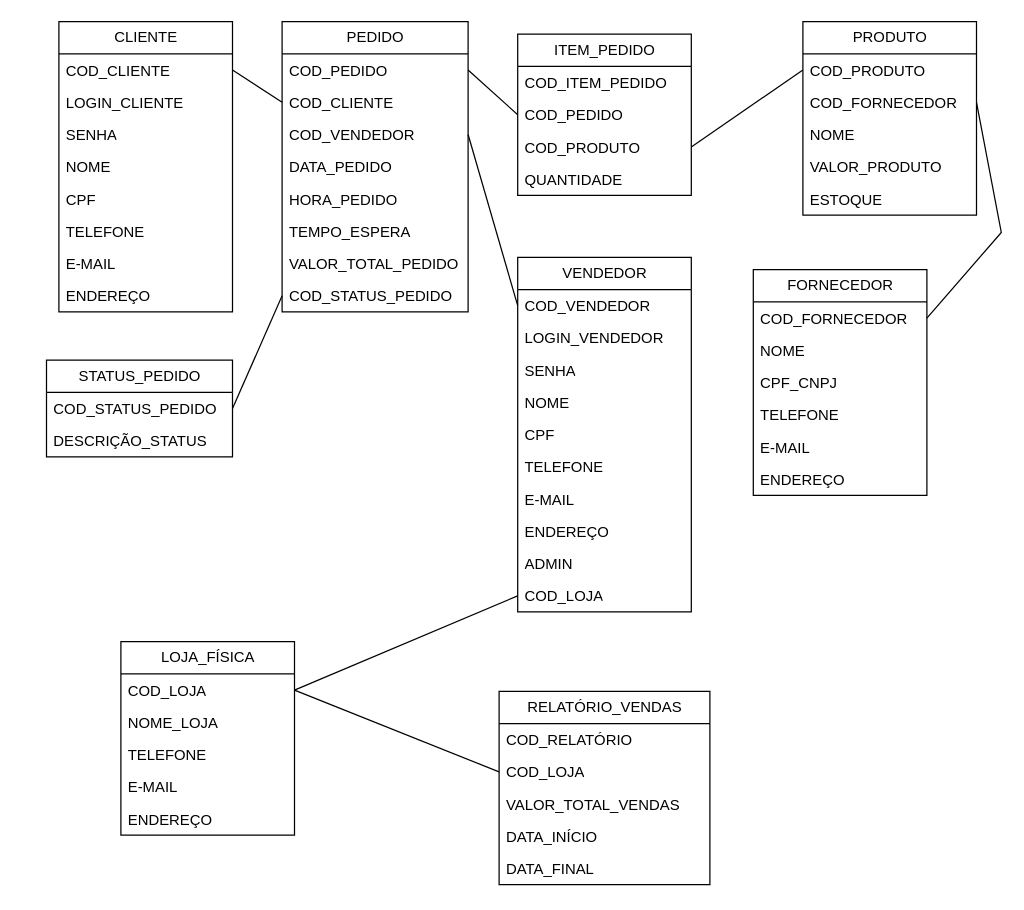
The draw.io diagram BD ZÉ DELIVERY.drawio in jennifergomes/BD-ZE-DELIVERY, before the edit. Source tidied: cells renumbered, new cells numbered last; positions are measured from the earlier drawing's top-left corner, leaving out a move shared by most shapes. Both pictures are drawn from the tidied source at 124%, with x=0, y=0 at pixel (46, 21).
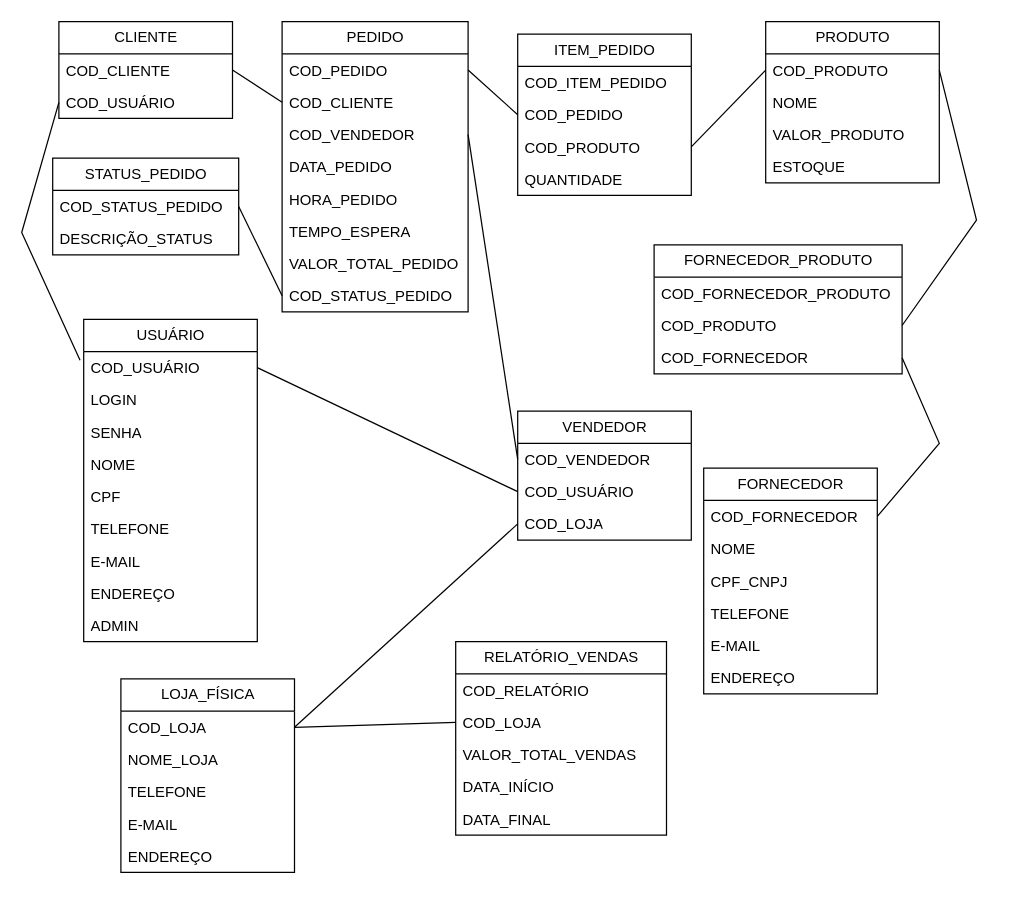
After the change.

Unchanged cells that the change refers to:
```xml
<mxCell id="21" value="COD_PRODUTO" style="text;strokeColor=none;fillColor=none;align=left;verticalAlign=top;spacingLeft=4;spacingRight=4;overflow=hidden;points=[[0,0.5],[1,0.5]];portConstraint=eastwest;whiteSpace=wrap;html=1;" parent="20" vertex="1">
  <mxGeometry y="26" width="140" height="26" as="geometry" />
</mxCell>
<mxCell id="32" value="COD_FORNECEDOR" style="text;strokeColor=none;fillColor=none;align=left;verticalAlign=top;spacingLeft=4;spacingRight=4;overflow=hidden;points=[[0,0.5],[1,0.5]];portConstraint=eastwest;whiteSpace=wrap;html=1;" parent="31" vertex="1">
  <mxGeometry y="26" width="140" height="26" as="geometry" />
</mxCell>
```

Diff of the diagram source:
```diff
@@
     <mxCell id="2" value="CLIENTE" style="swimlane;fontStyle=0;horizontal=1;startSize=26;fillColor=none;html=1;" parent="1" vertex="1">
-      <mxGeometry x="10" width="140" height="234" as="geometry" />
+      <mxGeometry x="10" width="140" height="78" as="geometry" />
     </mxCell>
@@
-    <mxCell id="4" value="LOGIN_CLIENTE" style="text;strokeColor=none;fillColor=none;align=left;verticalAlign=top;spacingLeft=4;spacingRight=4;overflow=hidden;points=[[0,0.5],[1,0.5]];portConstraint=eastwest;whiteSpace=wrap;html=1;" parent="2" vertex="1">
+    <mxCell id="4" value="COD_USUÁRIO" style="text;strokeColor=none;fillColor=none;align=left;verticalAlign=top;spacingLeft=4;spacingRight=4;overflow=hidden;points=[[0,0.5],[1,0.5]];portConstraint=eastwest;whiteSpace=wrap;html=1;" parent="2" vertex="1">
       <mxGeometry y="52" width="140" height="26" as="geometry" />
     </mxCell>
-    <mxCell id="5" value="SENHA" style="text;strokeColor=none;fillColor=none;align=left;verticalAlign=top;spacingLeft=4;spacingRight=4;overflow=hidden;whiteSpace=wrap;html=1;" parent="2" vertex="1">
-      <mxGeometry y="78" width="140" height="26" as="geometry" />
-    </mxCell>
-    <mxCell id="6" value="NOME" style="text;strokeColor=none;fillColor=none;align=left;verticalAlign=top;spacingLeft=4;spacingRight=4;overflow=hidden;whiteSpace=wrap;html=1;" parent="2" vertex="1">
-      <mxGeometry y="104" width="140" height="26" as="geometry" />
-    </mxCell>
-    <mxCell id="7" value="CPF" style="text;strokeColor=none;fillColor=none;align=left;verticalAlign=top;spacingLeft=4;spacingRight=4;overflow=hidden;whiteSpace=wrap;html=1;" parent="2" vertex="1">
-      <mxGeometry y="130" width="140" height="26" as="geometry" />
-    </mxCell>
-    <mxCell id="8" value="TELEFONE" style="text;strokeColor=none;fillColor=none;align=left;verticalAlign=top;spacingLeft=4;spacingRight=4;overflow=hidden;whiteSpace=wrap;html=1;" parent="2" vertex="1">
-      <mxGeometry y="156" width="140" height="26" as="geometry" />
-    </mxCell>
-    <mxCell id="9" value="E-MAIL" style="text;strokeColor=none;fillColor=none;align=left;verticalAlign=top;spacingLeft=4;spacingRight=4;overflow=hidden;whiteSpace=wrap;html=1;" parent="2" vertex="1">
-      <mxGeometry y="182" width="140" height="26" as="geometry" />
-    </mxCell>
-    <mxCell id="10" value="ENDEREÇO" style="text;strokeColor=none;fillColor=none;align=left;verticalAlign=top;spacingLeft=4;spacingRight=4;overflow=hidden;whiteSpace=wrap;html=1;" parent="2" vertex="1">
-      <mxGeometry y="208" width="140" height="26" as="geometry" />
-    </mxCell>
@@
     <mxCell id="20" value="PRODUTO" style="swimlane;fontStyle=0;horizontal=1;startSize=26;fillColor=none;html=1;" parent="1" vertex="1">
-      <mxGeometry x="610" width="140" height="156" as="geometry" />
+      <mxGeometry x="580" width="140" height="130" as="geometry" />
     </mxCell>
@@
-    <mxCell id="22" value="COD_FORNECEDOR" style="text;strokeColor=none;fillColor=none;align=left;verticalAlign=top;spacingLeft=4;spacingRight=4;overflow=hidden;points=[[0,0.5],[1,0.5]];portConstraint=eastwest;whiteSpace=wrap;html=1;" parent="20" vertex="1">
-      <mxGeometry y="52" width="140" height="26" as="geometry" />
-    </mxCell>
     <mxCell id="23" value="NOME" style="text;strokeColor=none;fillColor=none;align=left;verticalAlign=top;spacingLeft=4;spacingRight=4;overflow=hidden;whiteSpace=wrap;html=1;" parent="20" vertex="1">
-      <mxGeometry y="78" width="140" height="26" as="geometry" />
+      <mxGeometry y="52" width="140" height="26" as="geometry" />
     </mxCell>
     <mxCell id="24" value="VALOR_PRODUTO" style="text;strokeColor=none;fillColor=none;align=left;verticalAlign=top;spacingLeft=4;spacingRight=4;overflow=hidden;whiteSpace=wrap;html=1;" parent="20" vertex="1">
-      <mxGeometry y="104" width="140" height="26" as="geometry" />
+      <mxGeometry y="78" width="140" height="26" as="geometry" />
     </mxCell>
     <mxCell id="25" value="ESTOQUE" style="text;strokeColor=none;fillColor=none;align=left;verticalAlign=top;spacingLeft=4;spacingRight=4;overflow=hidden;whiteSpace=wrap;html=1;" parent="20" vertex="1">
-      <mxGeometry y="130" width="140" height="26" as="geometry" />
+      <mxGeometry y="104" width="140" height="26" as="geometry" />
     </mxCell>
@@
     <mxCell id="31" value="FORNECEDOR" style="swimlane;fontStyle=0;horizontal=1;startSize=26;fillColor=none;html=1;" parent="1" vertex="1">
-      <mxGeometry x="570" y="200" width="140" height="182" as="geometry" />
+      <mxGeometry x="530" y="360" width="140" height="182" as="geometry" />
     </mxCell>
@@
     <mxCell id="38" value="VENDEDOR" style="swimlane;fontStyle=0;horizontal=1;startSize=26;fillColor=none;html=1;" parent="1" vertex="1">
-      <mxGeometry x="380" y="190" width="140" height="286" as="geometry" />
+      <mxGeometry x="380" y="314" width="140" height="104" as="geometry" />
     </mxCell>
@@
-    <mxCell id="40" value="LOGIN_VENDEDOR" style="text;strokeColor=none;fillColor=none;align=left;verticalAlign=top;spacingLeft=4;spacingRight=4;overflow=hidden;points=[[0,0.5],[1,0.5]];portConstraint=eastwest;whiteSpace=wrap;html=1;" parent="38" vertex="1">
+    <mxCell id="40" value="COD_USUÁRIO" style="text;strokeColor=none;fillColor=none;align=left;verticalAlign=top;spacingLeft=4;spacingRight=4;overflow=hidden;points=[[0,0.5],[1,0.5]];portConstraint=eastwest;whiteSpace=wrap;html=1;" parent="38" vertex="1">
       <mxGeometry y="52" width="140" height="26" as="geometry" />
     </mxCell>
-    <mxCell id="41" value="SENHA" style="text;strokeColor=none;fillColor=none;align=left;verticalAlign=top;spacingLeft=4;spacingRight=4;overflow=hidden;whiteSpace=wrap;html=1;" parent="38" vertex="1">
-      <mxGeometry y="78" width="140" height="26" as="geometry" />
-    </mxCell>
-    <mxCell id="42" value="NOME" style="text;strokeColor=none;fillColor=none;align=left;verticalAlign=top;spacingLeft=4;spacingRight=4;overflow=hidden;whiteSpace=wrap;html=1;" parent="38" vertex="1">
-      <mxGeometry y="104" width="140" height="26" as="geometry" />
-    </mxCell>
-    <mxCell id="43" value="CPF" style="text;strokeColor=none;fillColor=none;align=left;verticalAlign=top;spacingLeft=4;spacingRight=4;overflow=hidden;whiteSpace=wrap;html=1;" parent="38" vertex="1">
-      <mxGeometry y="130" width="140" height="26" as="geometry" />
-    </mxCell>
-    <mxCell id="44" value="TELEFONE" style="text;strokeColor=none;fillColor=none;align=left;verticalAlign=top;spacingLeft=4;spacingRight=4;overflow=hidden;whiteSpace=wrap;html=1;" parent="38" vertex="1">
-      <mxGeometry y="156" width="140" height="26" as="geometry" />
-    </mxCell>
-    <mxCell id="45" value="E-MAIL" style="text;strokeColor=none;fillColor=none;align=left;verticalAlign=top;spacingLeft=4;spacingRight=4;overflow=hidden;whiteSpace=wrap;html=1;" parent="38" vertex="1">
-      <mxGeometry y="182" width="140" height="26" as="geometry" />
-    </mxCell>
-    <mxCell id="46" value="ENDEREÇO" style="text;strokeColor=none;fillColor=none;align=left;verticalAlign=top;spacingLeft=4;spacingRight=4;overflow=hidden;whiteSpace=wrap;html=1;" parent="38" vertex="1">
-      <mxGeometry y="208" width="140" height="26" as="geometry" />
-    </mxCell>
-    <mxCell id="47" value="ADMIN" style="text;strokeColor=none;fillColor=none;align=left;verticalAlign=top;spacingLeft=4;spacingRight=4;overflow=hidden;whiteSpace=wrap;html=1;" parent="38" vertex="1">
-      <mxGeometry y="234" width="140" height="26" as="geometry" />
-    </mxCell>
     <mxCell id="48" value="COD_LOJA" style="text;strokeColor=none;fillColor=none;align=left;verticalAlign=top;spacingLeft=4;spacingRight=4;overflow=hidden;points=[[0,0.5],[1,0.5]];portConstraint=eastwest;whiteSpace=wrap;html=1;" parent="38" vertex="1">
-      <mxGeometry y="260" width="140" height="26" as="geometry" />
+      <mxGeometry y="78" width="140" height="26" as="geometry" />
     </mxCell>
     <mxCell id="49" value="LOJA_FÍSICA" style="swimlane;fontStyle=0;horizontal=1;startSize=26;fillColor=none;html=1;" parent="1" vertex="1">
-      <mxGeometry x="60" y="500" width="140" height="156" as="geometry" />
+      <mxGeometry x="60" y="530" width="140" height="156" as="geometry" />
     </mxCell>
@@
     <mxCell id="55" value="RELATÓRIO_VENDAS" style="swimlane;fontStyle=0;horizontal=1;startSize=26;fillColor=none;html=1;" parent="1" vertex="1">
-      <mxGeometry x="365" y="540" width="170" height="156" as="geometry" />
+      <mxGeometry x="330" y="500" width="170" height="156" as="geometry" />
     </mxCell>
@@
-    <mxCell id="62" style="endArrow=none;html=1;rounded=0;exitX=1;exitY=0.5;exitDx=0;exitDy=0;entryX=1;entryY=0.5;entryDx=0;entryDy=0;" parent="1" edge="1" source="22" target="32">
-      <mxGeometry relative="1" as="geometry">
-        <Array as="points">
-          <mxPoint x="770" y="170" />
-        </Array>
-      </mxGeometry>
-    </mxCell>
@@
     <mxCell id="67" value="STATUS_PEDIDO" style="swimlane;fontStyle=0;horizontal=1;startSize=26;fillColor=none;html=1;" parent="1" vertex="1">
-      <mxGeometry y="273" width="150" height="78" as="geometry" />
+      <mxGeometry x="5" y="110" width="150" height="78" as="geometry" />
     </mxCell>
@@
+    <mxCell id="72" value="FORNECEDOR_PRODUTO" style="swimlane;fontStyle=0;horizontal=1;startSize=26;fillColor=none;html=1;" parent="1" vertex="1">
+      <mxGeometry x="490" y="180" width="200" height="104" as="geometry" />
+    </mxCell>
+    <mxCell id="73" value="COD_FORNECEDOR_PRODUTO" style="text;strokeColor=none;fillColor=none;align=left;verticalAlign=top;spacingLeft=4;spacingRight=4;overflow=hidden;whiteSpace=wrap;html=1;" parent="72" vertex="1">
+      <mxGeometry y="26" width="200" height="26" as="geometry" />
+    </mxCell>
+    <mxCell id="74" value="COD_PRODUTO" style="text;strokeColor=none;fillColor=none;align=left;verticalAlign=top;spacingLeft=4;spacingRight=4;overflow=hidden;points=[[0,0.5],[1,0.5]];portConstraint=eastwest;whiteSpace=wrap;html=1;" parent="72" vertex="1">
+      <mxGeometry y="52" width="200" height="26" as="geometry" />
+    </mxCell>
+    <mxCell id="22" value="COD_FORNECEDOR" style="text;strokeColor=none;fillColor=none;align=left;verticalAlign=top;spacingLeft=4;spacingRight=4;overflow=hidden;points=[[0,0.5],[1,0.5]];portConstraint=eastwest;whiteSpace=wrap;html=1;" parent="72" vertex="1">
+      <mxGeometry y="78" width="200" height="26" as="geometry" />
+    </mxCell>
+    <mxCell id="75" style="endArrow=none;html=1;rounded=0;entryX=1;entryY=0.5;entryDx=0;entryDy=0;exitX=1;exitY=0.5;exitDx=0;exitDy=0;" parent="1" edge="1" source="21" target="74">
+      <mxGeometry relative="1" as="geometry">
+        <Array as="points">
+          <mxPoint x="750" y="160" />
+        </Array>
+      </mxGeometry>
+    </mxCell>
+    <mxCell id="62" style="endArrow=none;html=1;rounded=0;entryX=1;entryY=0.5;entryDx=0;entryDy=0;exitX=1;exitY=0.5;exitDx=0;exitDy=0;" parent="1" edge="1" source="22" target="32">
+      <mxGeometry relative="1" as="geometry">
+        <Array as="points">
+          <mxPoint x="720" y="340" />
+        </Array>
+      </mxGeometry>
+    </mxCell>
+    <mxCell id="76" value="USUÁRIO" style="swimlane;fontStyle=0;horizontal=1;startSize=26;fillColor=none;html=1;" parent="1" vertex="1">
+      <mxGeometry x="30" y="240" width="140" height="260" as="geometry" />
+    </mxCell>
+    <mxCell id="77" value="COD_USUÁRIO" style="text;strokeColor=none;fillColor=none;align=left;verticalAlign=top;spacingLeft=4;spacingRight=4;overflow=hidden;points=[[0,0.5],[1,0.5]];portConstraint=eastwest;whiteSpace=wrap;html=1;" parent="76" vertex="1">
+      <mxGeometry y="26" width="140" height="26" as="geometry" />
+    </mxCell>
+    <mxCell id="78" value="LOGIN" style="text;strokeColor=none;fillColor=none;align=left;verticalAlign=top;spacingLeft=4;spacingRight=4;overflow=hidden;whiteSpace=wrap;html=1;" parent="76" vertex="1">
+      <mxGeometry y="52" width="140" height="26" as="geometry" />
+    </mxCell>
+    <mxCell id="79" value="SENHA" style="text;strokeColor=none;fillColor=none;align=left;verticalAlign=top;spacingLeft=4;spacingRight=4;overflow=hidden;whiteSpace=wrap;html=1;" parent="76" vertex="1">
+      <mxGeometry y="78" width="140" height="26" as="geometry" />
+    </mxCell>
+    <mxCell id="80" value="NOME" style="text;strokeColor=none;fillColor=none;align=left;verticalAlign=top;spacingLeft=4;spacingRight=4;overflow=hidden;whiteSpace=wrap;html=1;" parent="76" vertex="1">
+      <mxGeometry y="104" width="140" height="26" as="geometry" />
+    </mxCell>
+    <mxCell id="81" value="CPF" style="text;strokeColor=none;fillColor=none;align=left;verticalAlign=top;spacingLeft=4;spacingRight=4;overflow=hidden;whiteSpace=wrap;html=1;" parent="76" vertex="1">
+      <mxGeometry y="130" width="140" height="26" as="geometry" />
+    </mxCell>
+    <mxCell id="82" value="TELEFONE" style="text;strokeColor=none;fillColor=none;align=left;verticalAlign=top;spacingLeft=4;spacingRight=4;overflow=hidden;whiteSpace=wrap;html=1;" parent="76" vertex="1">
+      <mxGeometry y="156" width="140" height="26" as="geometry" />
+    </mxCell>
+    <mxCell id="83" value="E-MAIL" style="text;strokeColor=none;fillColor=none;align=left;verticalAlign=top;spacingLeft=4;spacingRight=4;overflow=hidden;whiteSpace=wrap;html=1;" parent="76" vertex="1">
+      <mxGeometry y="182" width="140" height="26" as="geometry" />
+    </mxCell>
+    <mxCell id="84" value="ENDEREÇO" style="text;strokeColor=none;fillColor=none;align=left;verticalAlign=top;spacingLeft=4;spacingRight=4;overflow=hidden;whiteSpace=wrap;html=1;" parent="76" vertex="1">
+      <mxGeometry y="208" width="140" height="26" as="geometry" />
+    </mxCell>
+    <mxCell id="47" value="ADMIN" style="text;strokeColor=none;fillColor=none;align=left;verticalAlign=top;spacingLeft=4;spacingRight=4;overflow=hidden;whiteSpace=wrap;html=1;" parent="76" vertex="1">
+      <mxGeometry y="234" width="140" height="26" as="geometry" />
+    </mxCell>
+    <mxCell id="85" style="endArrow=none;html=1;rounded=0;exitX=1;exitY=0.5;exitDx=0;exitDy=0;entryX=0;entryY=0.5;entryDx=0;entryDy=0;" parent="1" edge="1" source="77" target="40">
+      <mxGeometry relative="1" as="geometry" />
+    </mxCell>
+    <mxCell id="86" style="endArrow=none;html=1;rounded=0;exitX=0;exitY=0.5;exitDx=0;exitDy=0;entryX=-0.021;entryY=0.269;entryDx=0;entryDy=0;entryPerimeter=0;" parent="1" edge="1" source="4" target="77">
+      <mxGeometry relative="1" as="geometry">
+        <Array as="points">
+          <mxPoint x="-20" y="170" />
+        </Array>
+      </mxGeometry>
+    </mxCell>
```
